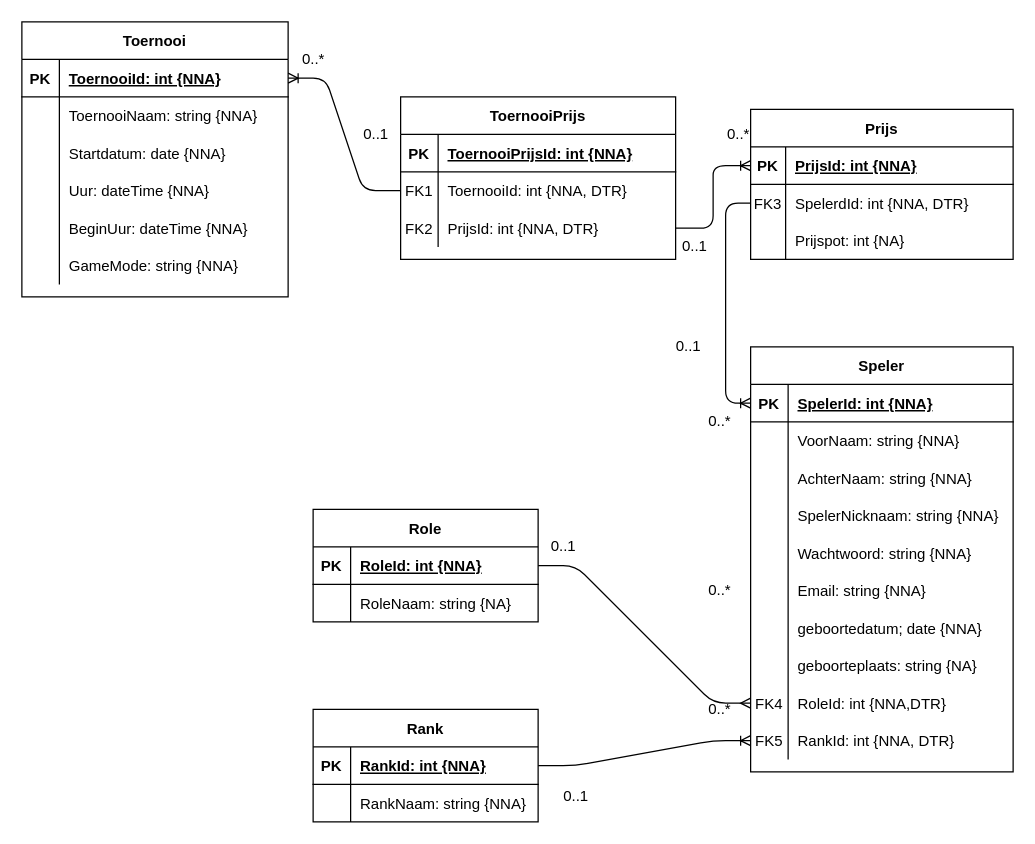
JorisDeRidder42/DMProject_Toernooi keeps this draw.io diagram as Querries/ERDLOL Aangepast.drawio. Above is the earlier version. Source tidied: cells renumbered, new cells numbered last; positions are measured from the earlier drawing's top-left corner, leaving out a move shared by most shapes. Both pictures are drawn from the tidied source at 125%, with x=0, y=0 at pixel (21, 21).
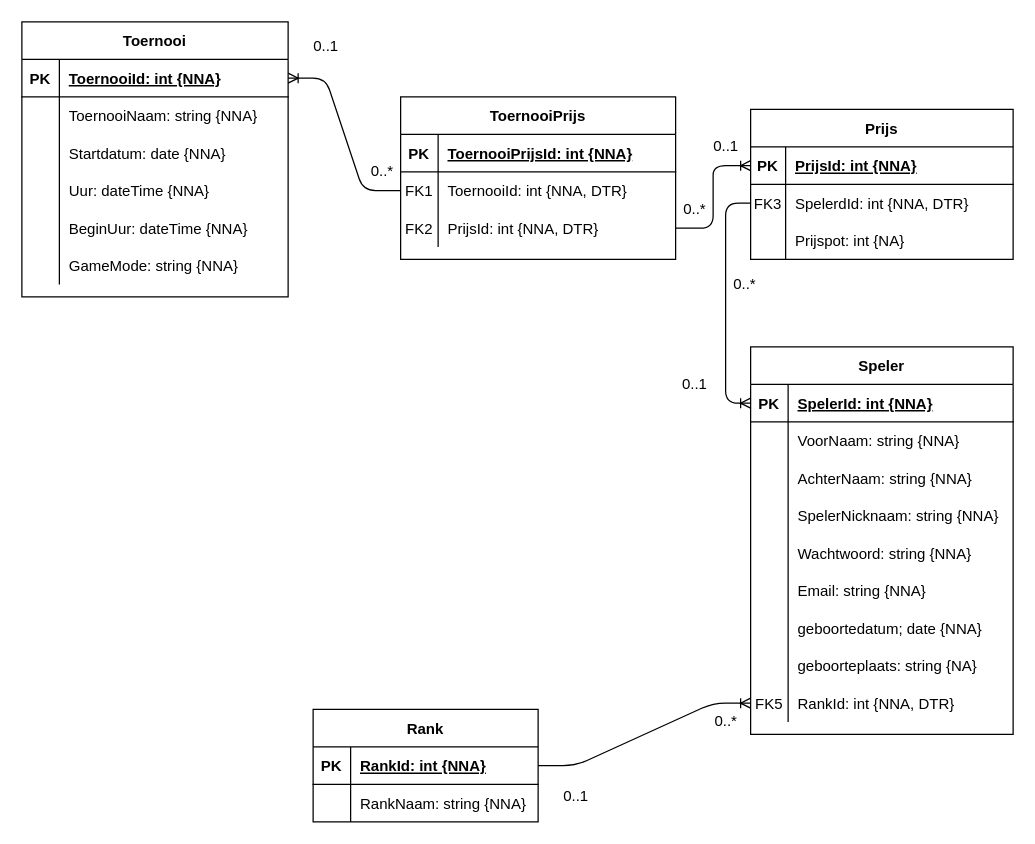
The same page after the edit.

Diff of the diagram source:
```diff
@@
     <mxCell id="2" value="Speler" style="shape=table;startSize=30;childLayout=tableLayout;rowLines=0;fontStyle=1;align=center;" parent="1" vertex="1">
-      <mxGeometry x="583" y="260" width="210" height="340" as="geometry" />
+      <mxGeometry x="583" y="260" width="210" height="310" as="geometry" />
     </mxCell>
@@
-    <mxCell id="27" style="shape=partialRectangle;fillColor=none;top=0;left=0;bottom=0;right=0;points=[[0,0.5],[1,0.5]];portConstraint=eastwest;" parent="2" vertex="1">
-      <mxGeometry y="270" width="210" height="30" as="geometry" />
-    </mxCell>
-    <mxCell id="28" value="FK4" style="shape=partialRectangle;fillColor=none;top=0;left=0;bottom=0;right=0;fontStyle=0;overflow=hidden;" parent="27" vertex="1">
-      <mxGeometry width="30" height="30" as="geometry" />
-    </mxCell>
-    <mxCell id="29" value="RoleId: int {NNA,DTR}" style="shape=partialRectangle;fillColor=none;top=0;left=0;bottom=0;right=0;align=left;spacingLeft=6;fontStyle=0;overflow=hidden;" parent="27" vertex="1">
-      <mxGeometry x="30" width="180" height="30" as="geometry" />
-    </mxCell>
     <mxCell id="30" style="shape=partialRectangle;fillColor=none;top=0;left=0;bottom=0;right=0;points=[[0,0.5],[1,0.5]];portConstraint=eastwest;" parent="2" vertex="1">
-      <mxGeometry y="300" width="210" height="30" as="geometry" />
+      <mxGeometry y="270" width="210" height="30" as="geometry" />
     </mxCell>
@@
-    <mxCell id="62" value="Role" style="shape=table;startSize=30;childLayout=tableLayout;rowLines=0;fontStyle=1;align=center;" parent="1" vertex="1">
-      <mxGeometry x="233" y="390" width="180" height="90" as="geometry" />
-    </mxCell>
-    <mxCell id="63" style="shape=partialRectangle;fillColor=none;top=0;left=0;bottom=1;right=0;points=[[0,0.5],[1,0.5]];portConstraint=eastwest;" parent="62" vertex="1">
-      <mxGeometry y="30" width="180" height="30" as="geometry" />
-    </mxCell>
-    <mxCell id="64" value="PK" style="shape=partialRectangle;fillColor=none;top=0;left=0;bottom=0;right=0;fontStyle=1;overflow=hidden;" parent="63" vertex="1">
-      <mxGeometry width="30" height="30" as="geometry" />
-    </mxCell>
-    <mxCell id="65" value="RoleId: int {NNA}" style="shape=partialRectangle;fillColor=none;top=0;left=0;bottom=0;right=0;align=left;spacingLeft=6;fontStyle=5;overflow=hidden;" parent="63" vertex="1">
-      <mxGeometry x="30" width="150" height="30" as="geometry" />
-    </mxCell>
-    <mxCell id="66" style="shape=partialRectangle;fillColor=none;top=0;left=0;bottom=0;right=0;" parent="62" vertex="1">
-      <mxGeometry y="60" width="180" height="30" as="geometry" />
-    </mxCell>
-    <mxCell id="67" style="shape=partialRectangle;fillColor=none;top=0;left=0;bottom=0;right=0;overflow=hidden;" parent="66" vertex="1">
-      <mxGeometry width="30" height="30" as="geometry" />
-    </mxCell>
-    <mxCell id="68" value="RoleNaam: string {NA}" style="shape=partialRectangle;fillColor=none;top=0;left=0;bottom=0;right=0;align=left;spacingLeft=6;overflow=hidden;" parent="66" vertex="1">
-      <mxGeometry x="30" width="150" height="30" as="geometry" />
-    </mxCell>
-    <mxCell id="69" style="edgeStyle=entityRelationEdgeStyle;fontSize=12;html=1;endArrow=ERmany;exitX=1;exitY=0.5;exitDx=0;exitDy=0;entryX=0;entryY=0.5;entryDx=0;entryDy=0;" parent="1" edge="1" source="63" target="27">
-      <mxGeometry relative="1" as="geometry" />
-    </mxCell>
@@
     <mxCell id="91" value="0..*" style="text;html=1;align=center;verticalAlign=middle;" parent="1" vertex="1">
-      <mxGeometry x="218" y="20" width="30" height="20" as="geometry" />
+      <mxGeometry x="273" y="110" width="30" height="20" as="geometry" />
     </mxCell>
     <mxCell id="92" value="0..1" style="text;html=1;align=center;verticalAlign=middle;" parent="1" vertex="1">
-      <mxGeometry x="263" y="80" width="40" height="20" as="geometry" />
+      <mxGeometry x="223" y="10" width="40" height="20" as="geometry" />
     </mxCell>
     <mxCell id="93" value="0..*" style="text;html=1;align=center;verticalAlign=middle;" parent="1" vertex="1">
-      <mxGeometry x="558" y="80" width="30" height="20" as="geometry" />
+      <mxGeometry x="523" y="140" width="30" height="20" as="geometry" />
     </mxCell>
     <mxCell id="94" value="0..1" style="text;html=1;align=center;verticalAlign=middle;" parent="1" vertex="1">
-      <mxGeometry x="518" y="170" width="40" height="20" as="geometry" />
+      <mxGeometry x="543" y="90" width="40" height="20" as="geometry" />
     </mxCell>
     <mxCell id="95" value="0..*" style="text;html=1;align=center;verticalAlign=middle;" parent="1" vertex="1">
-      <mxGeometry x="543" y="310" width="30" height="20" as="geometry" />
+      <mxGeometry x="563" y="200" width="30" height="20" as="geometry" />
     </mxCell>
     <mxCell id="96" value="0..1" style="text;html=1;align=center;verticalAlign=middle;" parent="1" vertex="1">
-      <mxGeometry x="513" y="250" width="40" height="20" as="geometry" />
+      <mxGeometry x="518" y="280" width="40" height="20" as="geometry" />
     </mxCell>
-    <mxCell id="97" value="0..1" style="text;html=1;align=center;verticalAlign=middle;" parent="1" vertex="1">
-      <mxGeometry x="413" y="410" width="40" height="20" as="geometry" />
-    </mxCell>
-    <mxCell id="98" value="0..*" style="text;html=1;align=center;verticalAlign=middle;" parent="1" vertex="1">
-      <mxGeometry x="543" y="445" width="30" height="20" as="geometry" />
-    </mxCell>
-    <mxCell id="99" value="0..*" style="text;html=1;align=center;verticalAlign=middle;" parent="1" vertex="1">
-      <mxGeometry x="543" y="540" width="30" height="20" as="geometry" />
-    </mxCell>
@@
+    <mxCell id="101" value="0..*" style="text;html=1;align=center;verticalAlign=middle;" parent="1" vertex="1">
+      <mxGeometry x="548" y="550" width="30" height="20" as="geometry" />
+    </mxCell>
```
